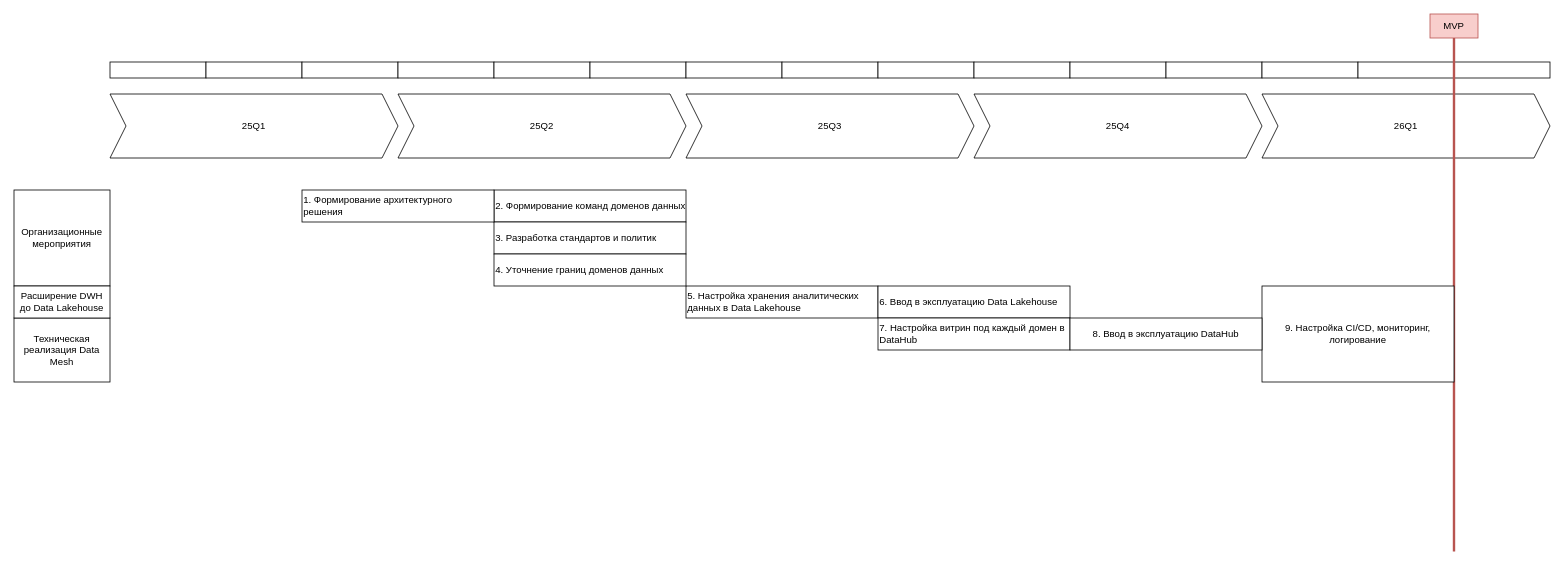
Earlier version of the draw.io diagram Task3/roadmap.drawio (asbelon/architecture-future_2_0). Source tidied: cells renumbered, new cells numbered last; positions are measured from the earlier drawing's top-left corner, leaving out a move shared by most shapes. Both pictures are drawn from the tidied source at 80%, with x=0, y=0 at pixel (14, 14).
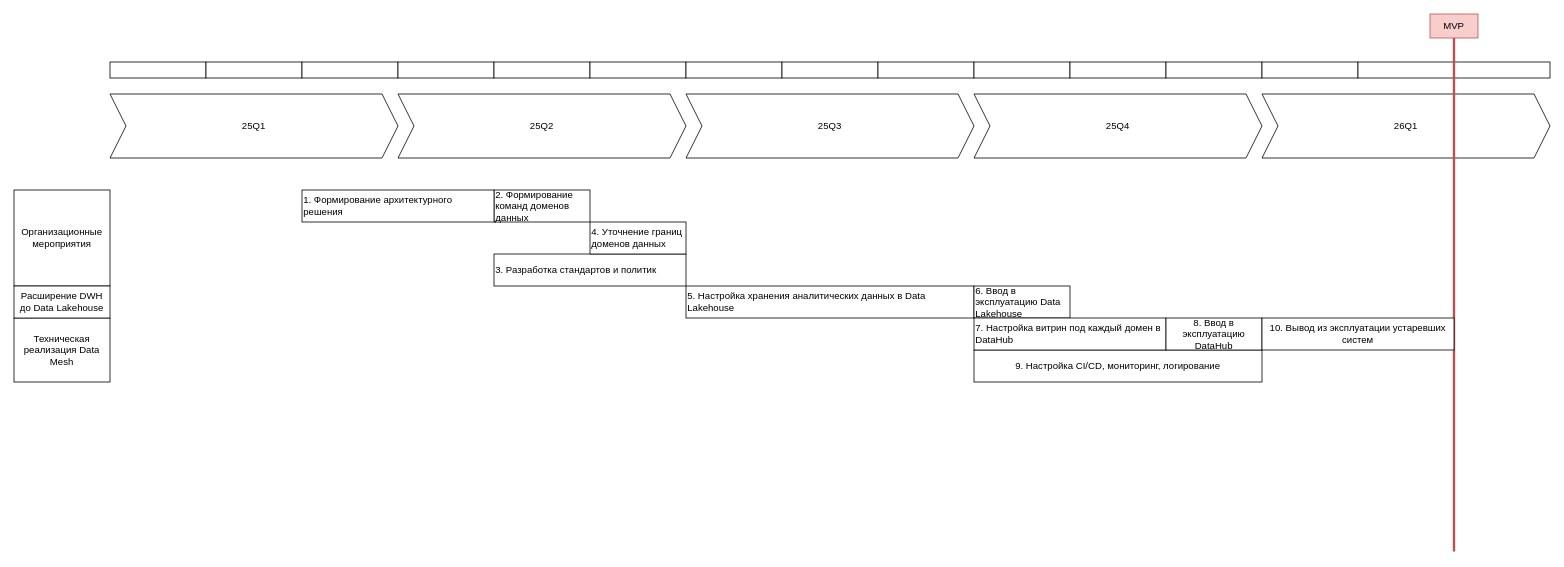
After the change.

Diff of the diagram source:
```diff
@@
     <mxCell id="7" value="2. Формирование команд доменов данных" style="rounded=0;whiteSpace=wrap;html=1;align=left;" parent="1" vertex="1">
-      <mxGeometry x="600" y="220" width="240" height="40" as="geometry" />
+      <mxGeometry x="600" y="220" width="120" height="40" as="geometry" />
     </mxCell>
@@
     <mxCell id="14" value="3. Разработка стандартов и политик" style="rounded=0;whiteSpace=wrap;html=1;align=left;" parent="1" vertex="1">
-      <mxGeometry x="600" y="260" width="240" height="40" as="geometry" />
+      <mxGeometry x="600" y="300" width="240" height="40" as="geometry" />
     </mxCell>
@@
     <mxCell id="28" value="5. Настройка хранения аналитических данных в Data Lakehouse" style="rounded=0;whiteSpace=wrap;html=1;align=left;" parent="1" vertex="1">
-      <mxGeometry x="840" y="340" width="240" height="40" as="geometry" />
+      <mxGeometry x="840" y="340" width="360" height="40" as="geometry" />
     </mxCell>
     <mxCell id="29" value="9. Настройка CI/CD, мониторинг, логирование" style="rounded=0;whiteSpace=wrap;html=1;" parent="1" vertex="1">
-      <mxGeometry x="1560" y="340" width="240" height="120" as="geometry" />
+      <mxGeometry x="1200" y="420" width="360" height="40" as="geometry" />
     </mxCell>
@@
     <mxCell id="31" value="4. Уточнение границ доменов данных" style="rounded=0;whiteSpace=wrap;html=1;align=left;" parent="1" vertex="1">
-      <mxGeometry x="600" y="300" width="240" height="40" as="geometry" />
+      <mxGeometry x="720" y="260" width="120" height="40" as="geometry" />
     </mxCell>
     <mxCell id="32" value="6. Ввод в эксплуатацию Data Lakehouse" style="rounded=0;whiteSpace=wrap;html=1;align=left;" parent="1" vertex="1">
-      <mxGeometry x="1080" y="340" width="240" height="40" as="geometry" />
+      <mxGeometry x="1200" y="340" width="120" height="40" as="geometry" />
     </mxCell>
@@
     <mxCell id="34" value="7.&amp;nbsp;&lt;span style=&quot;text-align: center;&quot;&gt;Настройка витрин под каждый домен в DataHub&lt;/span&gt;" style="rounded=0;whiteSpace=wrap;html=1;align=left;" parent="1" vertex="1">
-      <mxGeometry x="1080" y="380" width="240" height="40" as="geometry" />
+      <mxGeometry x="1200" y="380" width="240" height="40" as="geometry" />
     </mxCell>
     <mxCell id="35" value="8. Ввод в эксплуатацию DataHub" style="rounded=0;whiteSpace=wrap;html=1;" parent="1" vertex="1">
-      <mxGeometry x="1320" y="380" width="240" height="40" as="geometry" />
+      <mxGeometry x="1440" y="380" width="120" height="40" as="geometry" />
     </mxCell>
+    <mxCell id="36" value="10. Вывод из эксплуатации устаревших систем" style="rounded=0;whiteSpace=wrap;html=1;" parent="1" vertex="1">
+      <mxGeometry x="1560" y="380" width="240" height="40" as="geometry" />
+    </mxCell>
```
